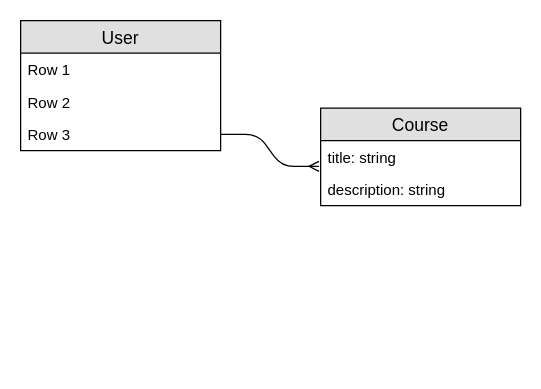
Before: ruby_udemy_course.drawio in issarakoat/learn_ruby_udemy, a draw.io diagram. Source tidied: cells renumbered, new cells numbered last; positions are measured from the earlier drawing's top-left corner, leaving out a move shared by most shapes. Both pictures are drawn from the tidied source at 125%, with x=0, y=0 at pixel (20, 20).
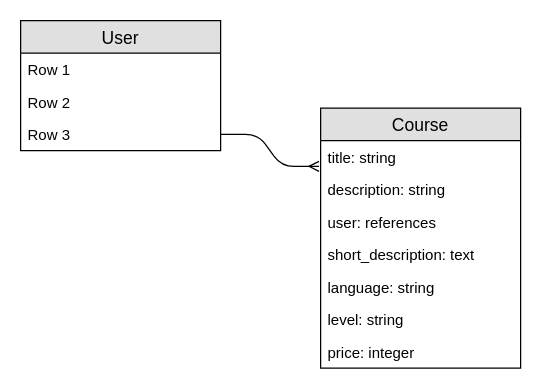
After the change.

Diff of the diagram source:
```diff
@@
 <mxGraphModel>
   <root>
     <mxCell id="0" />
     <mxCell id="1" parent="0" />
     <mxCell id="2" style="edgeStyle=entityRelationEdgeStyle;fontSize=12;html=1;endArrow=ERmany;entryX=-0.008;entryY=0.792;entryDx=0;entryDy=0;entryPerimeter=0;exitX=1;exitY=0.5;exitDx=0;exitDy=0;" parent="1" edge="1" source="6" target="8">
       <mxGeometry relative="1" as="geometry" />
     </mxCell>
     <mxCell id="3" value="User" style="swimlane;fontStyle=0;horizontal=1;startSize=26;fillColor=#e0e0e0;swimlaneFillColor=#ffffff;align=center;fontSize=14;" parent="1" vertex="1">
       <mxGeometry width="160" height="104" as="geometry" />
     </mxCell>
     <mxCell id="4" value="Row 1" style="text;strokeColor=none;fillColor=none;spacingLeft=4;spacingRight=4;overflow=hidden;fontSize=12;" parent="3" vertex="1">
       <mxGeometry y="26" width="160" height="26" as="geometry" />
     </mxCell>
     <mxCell id="5" value="Row 2" style="text;strokeColor=none;fillColor=none;spacingLeft=4;spacingRight=4;overflow=hidden;fontSize=12;" parent="3" vertex="1">
       <mxGeometry y="52" width="160" height="26" as="geometry" />
     </mxCell>
     <mxCell id="6" value="Row 3" style="text;strokeColor=none;fillColor=none;spacingLeft=4;spacingRight=4;overflow=hidden;points=[[0,0.5],[1,0.5]];portConstraint=eastwest;fontSize=12;" parent="3" vertex="1">
       <mxGeometry y="78" width="160" height="26" as="geometry" />
     </mxCell>
     <mxCell id="7" value="Course" style="swimlane;fontStyle=0;horizontal=1;startSize=26;fillColor=#e0e0e0;swimlaneFillColor=#ffffff;align=center;fontSize=14;" parent="1" vertex="1">
-      <mxGeometry x="240" y="70" width="160" height="78" as="geometry" />
+      <mxGeometry x="240" y="70" width="160" height="208" as="geometry" />
     </mxCell>
     <mxCell id="8" value="title: string" style="text;strokeColor=none;fillColor=none;spacingLeft=4;spacingRight=4;overflow=hidden;points=[[0,0.5],[1,0.5]];portConstraint=eastwest;fontSize=12;" parent="7" vertex="1">
       <mxGeometry y="26" width="160" height="26" as="geometry" />
     </mxCell>
     <mxCell id="9" value="description: string" style="text;strokeColor=none;fillColor=none;spacingLeft=4;spacingRight=4;overflow=hidden;fontSize=12;" parent="7" vertex="1">
       <mxGeometry y="52" width="160" height="26" as="geometry" />
     </mxCell>
+    <mxCell id="10" value="user: references" style="text;strokeColor=none;fillColor=none;spacingLeft=4;spacingRight=4;overflow=hidden;fontSize=12;" parent="7" vertex="1">
+      <mxGeometry y="78" width="160" height="26" as="geometry" />
+    </mxCell>
+    <mxCell id="11" value="short_description: text" style="text;strokeColor=none;fillColor=none;spacingLeft=4;spacingRight=4;overflow=hidden;fontSize=12;" parent="7" vertex="1">
+      <mxGeometry y="104" width="160" height="26" as="geometry" />
+    </mxCell>
+    <mxCell id="12" value="language: string" style="text;strokeColor=none;fillColor=none;spacingLeft=4;spacingRight=4;overflow=hidden;fontSize=12;" parent="7" vertex="1">
+      <mxGeometry y="130" width="160" height="26" as="geometry" />
+    </mxCell>
+    <mxCell id="13" value="level: string" style="text;strokeColor=none;fillColor=none;spacingLeft=4;spacingRight=4;overflow=hidden;fontSize=12;" parent="7" vertex="1">
+      <mxGeometry y="156" width="160" height="26" as="geometry" />
+    </mxCell>
+    <mxCell id="14" value="price: integer" style="text;strokeColor=none;fillColor=none;spacingLeft=4;spacingRight=4;overflow=hidden;fontSize=12;" parent="7" vertex="1">
+      <mxGeometry y="182" width="160" height="26" as="geometry" />
+    </mxCell>
   </root>
 </mxGraphModel>
```
